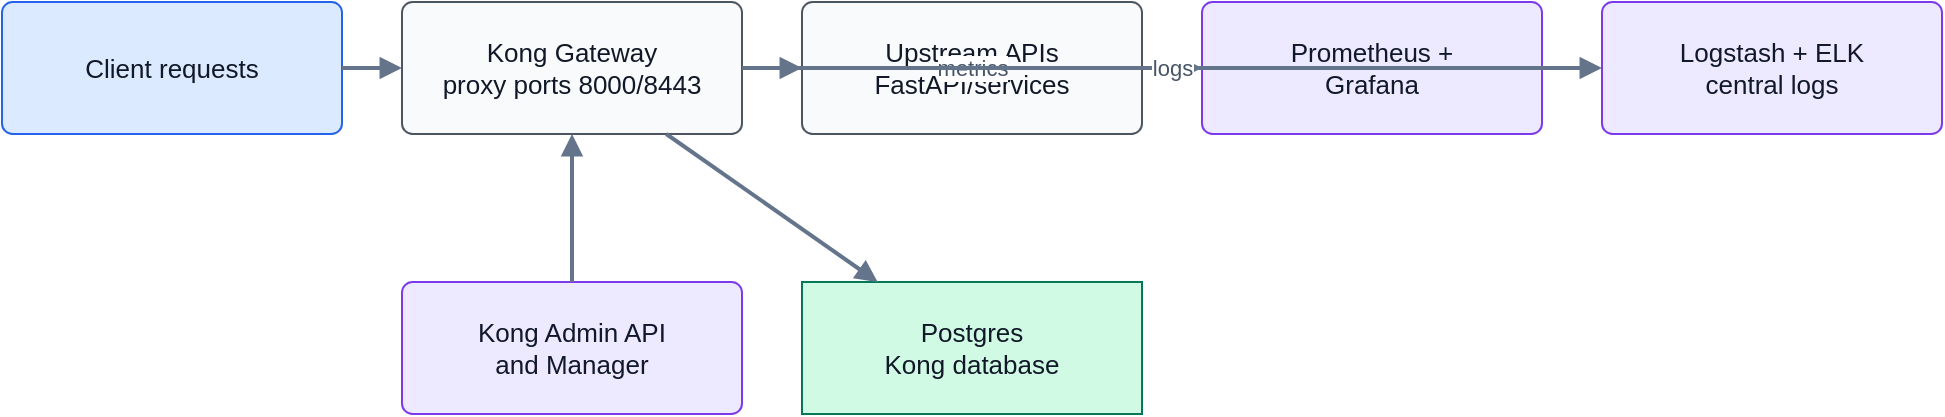
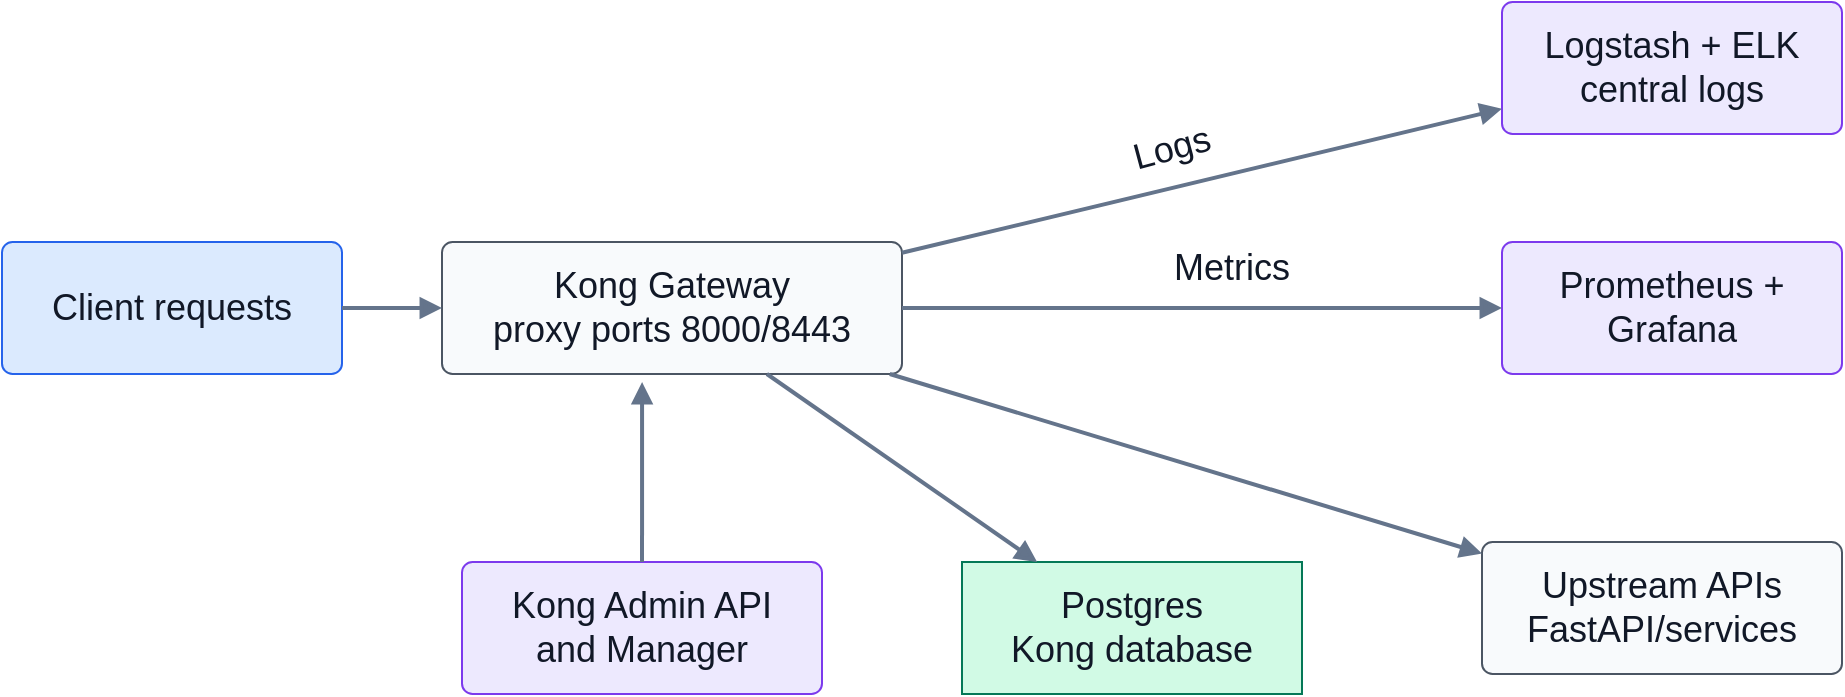
- <mxfile host="Codex" modified="2026-06-27T10:01:50Z" agent="Codex" version="24.7.17" type="device">
+ <mxfile host="Electron" agent="Mozilla/5.0 (Windows NT 10.0; Win64; x64) AppleWebKit/537.36 (KHTML, like Gecko) draw.io/29.5.2 Chrome/142.0.7444.265 Electron/39.6.1 Safari/537.36" version="29.5.2">
  <diagram id="kong-gateway-setup-with-docker-compose" name="Kong Gateway Setup with Docker Compose">
-     <mxGraphModel dx="1422" dy="794" grid="1" gridSize="10" guides="1" tooltips="1" connect="1" arrows="1" fold="1" page="1" pageScale="1" pageWidth="1120" pageHeight="520" math="0" shadow="0">
+     <mxGraphModel dx="2429" dy="766" grid="1" gridSize="10" guides="1" tooltips="1" connect="1" arrows="1" fold="1" page="1" pageScale="1" pageWidth="1120" pageHeight="520" math="0" shadow="0">
      <root>
-         <mxCell id="0"/>
-         <mxCell id="1" parent="0"/>
-         <mxCell id="id2" value="Client requests" style="rounded=1;whiteSpace=wrap;html=1;arcSize=8;strokeColor=#2563eb;fillColor=#dbeafe;fontColor=#111827;fontSize=13;spacing=10;" vertex="1" parent="1"><mxGeometry x="40" y="180" width="170" height="66" as="geometry"/></mxCell>
-         <mxCell id="id3" value="Kong Gateway&lt;br&gt;proxy ports 8000/8443" style="rounded=1;whiteSpace=wrap;html=1;arcSize=8;strokeColor=#4b5563;fillColor=#f8fafc;fontColor=#111827;fontSize=13;spacing=10;" vertex="1" parent="1"><mxGeometry x="240" y="180" width="170" height="66" as="geometry"/></mxCell>
-         <mxCell id="id4" value="Upstream APIs&lt;br&gt;FastAPI/services" style="rounded=1;whiteSpace=wrap;html=1;arcSize=8;strokeColor=#4b5563;fillColor=#f8fafc;fontColor=#111827;fontSize=13;spacing=10;" vertex="1" parent="1"><mxGeometry x="440" y="180" width="170" height="66" as="geometry"/></mxCell>
-         <mxCell id="id5" value="Kong Admin API&lt;br&gt;and Manager" style="rounded=1;whiteSpace=wrap;html=1;arcSize=8;strokeColor=#7c3aed;fillColor=#ede9fe;fontColor=#111827;fontSize=13;spacing=10;" vertex="1" parent="1"><mxGeometry x="240" y="320" width="170" height="66" as="geometry"/></mxCell>
-         <mxCell id="id6" value="Postgres&lt;br&gt;Kong database" style="shape=cylinder3d;whiteSpace=wrap;html=1;boundedLbl=1;backgroundOutline=1;size=15;strokeColor=#047857;fillColor=#d1fae5;fontColor=#111827;fontSize=13;spacing=10;" vertex="1" parent="1"><mxGeometry x="440" y="320" width="170" height="66" as="geometry"/></mxCell>
-         <mxCell id="id7" value="Prometheus +&lt;br&gt;Grafana" style="rounded=1;whiteSpace=wrap;html=1;arcSize=8;strokeColor=#7c3aed;fillColor=#ede9fe;fontColor=#111827;fontSize=13;spacing=10;" vertex="1" parent="1"><mxGeometry x="640" y="180" width="170" height="66" as="geometry"/></mxCell>
-         <mxCell id="id8" value="Logstash + ELK&lt;br&gt;central logs" style="rounded=1;whiteSpace=wrap;html=1;arcSize=8;strokeColor=#7c3aed;fillColor=#ede9fe;fontColor=#111827;fontSize=13;spacing=10;" vertex="1" parent="1"><mxGeometry x="840" y="180" width="170" height="66" as="geometry"/></mxCell>
-         <mxCell id="id9" value="" style="endArrow=block;html=1;rounded=0;strokeWidth=2;strokeColor=#64748b;fontColor=#475569;fontSize=11;" edge="1" parent="1" source="id2" target="id3"><mxGeometry relative="1" as="geometry"/></mxCell>
-         <mxCell id="id10" value="" style="endArrow=block;html=1;rounded=0;strokeWidth=2;strokeColor=#64748b;fontColor=#475569;fontSize=11;" edge="1" parent="1" source="id3" target="id4"><mxGeometry relative="1" as="geometry"/></mxCell>
-         <mxCell id="id11" value="" style="endArrow=block;html=1;rounded=0;strokeWidth=2;strokeColor=#64748b;fontColor=#475569;fontSize=11;" edge="1" parent="1" source="id5" target="id3"><mxGeometry relative="1" as="geometry"/></mxCell>
-         <mxCell id="id12" value="" style="endArrow=block;html=1;rounded=0;strokeWidth=2;strokeColor=#64748b;fontColor=#475569;fontSize=11;" edge="1" parent="1" source="id3" target="id6"><mxGeometry relative="1" as="geometry"/></mxCell>
-         <mxCell id="id13" value="metrics" style="endArrow=block;html=1;rounded=0;strokeWidth=2;strokeColor=#64748b;fontColor=#475569;fontSize=11;" edge="1" parent="1" source="id3" target="id7"><mxGeometry relative="1" as="geometry"/></mxCell>
-         <mxCell id="id14" value="logs" style="endArrow=block;html=1;rounded=0;strokeWidth=2;strokeColor=#64748b;fontColor=#475569;fontSize=11;" edge="1" parent="1" source="id3" target="id8"><mxGeometry relative="1" as="geometry"/></mxCell>
+         <mxCell id="0" />
+         <mxCell id="1" parent="0" />
+         <mxCell id="id2" parent="1" style="rounded=1;whiteSpace=wrap;html=1;arcSize=8;strokeColor=#2563eb;fillColor=#dbeafe;fontColor=#111827;fontSize=18;spacing=10;" value="Client requests" vertex="1">
+           <mxGeometry height="66" width="170" x="-110" y="180" as="geometry" />
+         </mxCell>
+         <mxCell id="id3" parent="1" style="rounded=1;whiteSpace=wrap;html=1;arcSize=8;strokeColor=#4b5563;fillColor=#f8fafc;fontColor=#111827;fontSize=18;spacing=10;" value="Kong Gateway&lt;br&gt;proxy ports 8000/8443" vertex="1">
+           <mxGeometry height="66" width="230" x="110" y="180" as="geometry" />
+         </mxCell>
+         <mxCell id="id4" parent="1" style="rounded=1;whiteSpace=wrap;html=1;arcSize=8;strokeColor=#4b5563;fillColor=#f8fafc;fontColor=#111827;fontSize=18;spacing=10;" value="Upstream APIs&lt;br&gt;FastAPI/services" vertex="1">
+           <mxGeometry height="66" width="180" x="630" y="330" as="geometry" />
+         </mxCell>
+         <mxCell id="id5" parent="1" style="rounded=1;whiteSpace=wrap;html=1;arcSize=8;strokeColor=#7c3aed;fillColor=#ede9fe;fontColor=#111827;fontSize=18;spacing=10;" value="Kong Admin API&lt;br&gt;and Manager" vertex="1">
+           <mxGeometry height="66" width="180" x="120" y="340" as="geometry" />
+         </mxCell>
+         <mxCell id="id6" parent="1" style="shape=cylinder3d;whiteSpace=wrap;html=1;boundedLbl=1;backgroundOutline=1;size=15;strokeColor=#047857;fillColor=#d1fae5;fontColor=#111827;fontSize=18;spacing=10;" value="Postgres&lt;br&gt;Kong database" vertex="1">
+           <mxGeometry height="66" width="170" x="370" y="340" as="geometry" />
+         </mxCell>
+         <mxCell id="id7" parent="1" style="rounded=1;whiteSpace=wrap;html=1;arcSize=8;strokeColor=#7c3aed;fillColor=#ede9fe;fontColor=#111827;fontSize=18;spacing=10;" value="Prometheus +&lt;br&gt;Grafana" vertex="1">
+           <mxGeometry height="66" width="170" x="640" y="180" as="geometry" />
+         </mxCell>
+         <mxCell id="id8" parent="1" style="rounded=1;whiteSpace=wrap;html=1;arcSize=8;strokeColor=#7c3aed;fillColor=#ede9fe;fontColor=#111827;fontSize=18;spacing=10;" value="Logstash + ELK&lt;br&gt;central logs" vertex="1">
+           <mxGeometry height="66" width="170" x="640" y="60" as="geometry" />
+         </mxCell>
+         <mxCell id="id9" edge="1" parent="1" source="id2" style="endArrow=block;html=1;rounded=0;strokeWidth=2;strokeColor=#64748b;fontColor=#475569;fontSize=11;" target="id3" value="">
+           <mxGeometry relative="1" as="geometry" />
+         </mxCell>
+         <mxCell id="id10" edge="1" parent="1" source="id3" style="endArrow=block;html=1;rounded=0;strokeWidth=2;strokeColor=#64748b;fontColor=#475569;fontSize=11;" target="id4" value="">
+           <mxGeometry relative="1" as="geometry" />
+         </mxCell>
+         <mxCell id="id11" edge="1" parent="1" source="id5" style="endArrow=block;html=1;rounded=0;strokeWidth=2;strokeColor=#64748b;fontColor=#475569;fontSize=11;entryX=0.435;entryY=1.061;entryDx=0;entryDy=0;entryPerimeter=0;" target="id3" value="">
+           <mxGeometry relative="1" as="geometry" />
+         </mxCell>
+         <mxCell id="id12" edge="1" parent="1" source="id3" style="endArrow=block;html=1;rounded=0;strokeWidth=2;strokeColor=#64748b;fontColor=#475569;fontSize=11;" target="id6" value="">
+           <mxGeometry relative="1" as="geometry" />
+         </mxCell>
+         <mxCell id="id13" edge="1" parent="1" source="id3" style="endArrow=block;html=1;rounded=0;strokeWidth=2;strokeColor=#64748b;fontColor=#475569;fontSize=11;" target="id7" value="">
+           <mxGeometry relative="1" as="geometry" />
+         </mxCell>
+         <mxCell id="id14" edge="1" parent="1" source="id3" style="endArrow=block;html=1;rounded=0;strokeWidth=2;strokeColor=#64748b;fontColor=#475569;fontSize=11;" target="id8" value="">
+           <mxGeometry relative="1" as="geometry">
+             <Array as="points" />
+           </mxGeometry>
+         </mxCell>
+         <mxCell id="4fXASk_jL4XQ3RwxnjnX-1" parent="1" style="rounded=1;whiteSpace=wrap;html=1;arcSize=8;strokeColor=none;fillColor=none;fontColor=#111827;fontSize=18;spacing=10;rotation=-15;" value="Logs" vertex="1">
+           <mxGeometry height="66" width="170" x="390" y="100" as="geometry" />
+         </mxCell>
+         <mxCell id="4fXASk_jL4XQ3RwxnjnX-2" parent="1" style="rounded=1;whiteSpace=wrap;html=1;arcSize=8;strokeColor=none;fillColor=none;fontColor=#111827;fontSize=18;spacing=10;rotation=0;" value="Metrics" vertex="1">
+           <mxGeometry height="66" width="170" x="420.00472372295394" y="159.9951711012535" as="geometry" />
+         </mxCell>
      </root>
    </mxGraphModel>
  </diagram>
</mxfile>
